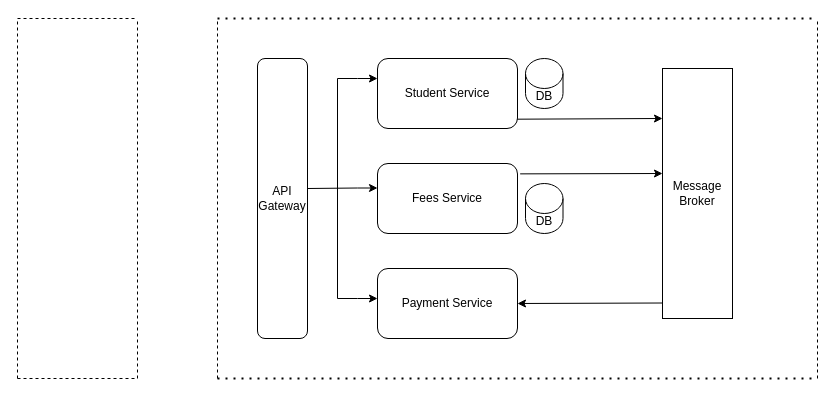
Earlier version of the draw.io diagram Assignment1.drawio (dj-lapani/student-high-level-design). Source tidied: cells renumbered, new cells numbered last; positions are measured from the earlier drawing's top-left corner, leaving out a move shared by most shapes. Both pictures are drawn from the tidied source at 100%, with x=0, y=0 at pixel (17, 18).
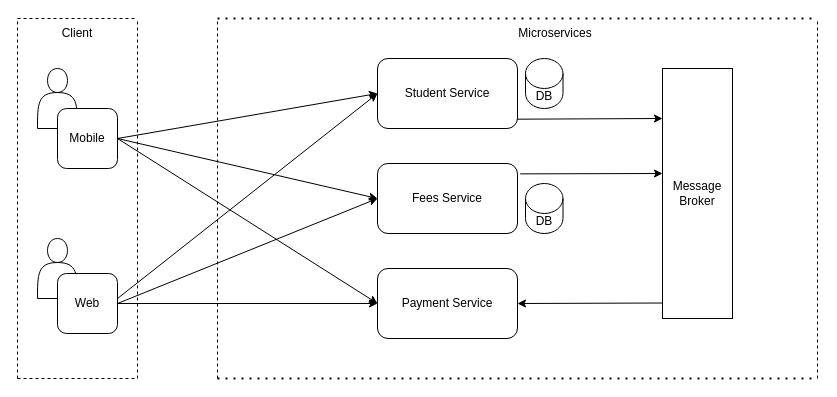
After the change.

Unchanged cells that the change refers to:
```xml
<mxCell id="11" value="Fees Service" style="rounded=1;whiteSpace=wrap;html=1;" parent="1" vertex="1">
  <mxGeometry x="360" y="145" width="140" height="70" as="geometry" />
</mxCell>
<mxCell id="12" value="Payment Service" style="rounded=1;whiteSpace=wrap;html=1;" parent="1" vertex="1">
  <mxGeometry x="360" y="250" width="140" height="70" as="geometry" />
</mxCell>
<mxCell id="18" value="Student Service" style="rounded=1;whiteSpace=wrap;html=1;" parent="1" vertex="1">
  <mxGeometry x="360" y="40" width="140" height="70" as="geometry" />
</mxCell>
```

Change to the diagram source:
```diff
@@
-    <mxCell id="10" value="API Gateway" style="rounded=1;whiteSpace=wrap;html=1;" parent="1" vertex="1">
-      <mxGeometry x="240" y="40" width="50" height="280" as="geometry" />
-    </mxCell>
@@
-    <mxCell id="20" style="endArrow=classic;html=1;rounded=0;" parent="1" edge="1">
-      <mxGeometry relative="1" as="geometry">
-        <mxPoint x="320" y="60" as="sourcePoint" />
-        <mxPoint x="360" y="60" as="targetPoint" />
-        <Array as="points">
-          <mxPoint x="340" y="60" />
-        </Array>
-      </mxGeometry>
-    </mxCell>
-    <mxCell id="21" style="endArrow=classic;html=1;rounded=0;" parent="1" edge="1">
-      <mxGeometry relative="1" as="geometry">
-        <mxPoint x="290" y="170" as="sourcePoint" />
-        <mxPoint x="360" y="169.5" as="targetPoint" />
-        <Array as="points">
-          <mxPoint x="340" y="169.5" />
-        </Array>
-      </mxGeometry>
-    </mxCell>
-    <mxCell id="22" style="endArrow=classic;html=1;rounded=0;" parent="1" edge="1">
-      <mxGeometry relative="1" as="geometry">
-        <mxPoint x="320" y="280" as="sourcePoint" />
-        <mxPoint x="360" y="280" as="targetPoint" />
-        <Array as="points">
-          <mxPoint x="340" y="280" />
-        </Array>
-      </mxGeometry>
-    </mxCell>
-    <mxCell id="23" style="endArrow=none;html=1;rounded=0;" parent="1" edge="1">
-      <mxGeometry relative="1" as="geometry">
-        <mxPoint x="320" y="280" as="sourcePoint" />
-        <mxPoint x="320" y="60" as="targetPoint" />
-      </mxGeometry>
-    </mxCell>
+    <mxCell id="24" style="shape=actor;whiteSpace=wrap;html=1;" parent="1" vertex="1">
+      <mxGeometry x="20" y="50" width="40" height="60" as="geometry" />
+    </mxCell>
+    <mxCell id="25" value="Mobile" style="rounded=1;whiteSpace=wrap;html=1;" parent="1" vertex="1">
+      <mxGeometry x="40" y="90" width="60" height="60" as="geometry" />
+    </mxCell>
+    <mxCell id="26" style="shape=actor;whiteSpace=wrap;html=1;" parent="1" vertex="1">
+      <mxGeometry x="20" y="220" width="40" height="60" as="geometry" />
+    </mxCell>
+    <mxCell id="27" value="Web" style="rounded=1;whiteSpace=wrap;html=1;" parent="1" vertex="1">
+      <mxGeometry x="40" y="255" width="60" height="60" as="geometry" />
+    </mxCell>
+    <mxCell id="28" style="endArrow=classic;html=1;rounded=0;exitX=1;exitY=0.5;exitDx=0;exitDy=0;entryX=0;entryY=0.5;entryDx=0;entryDy=0;" parent="1" edge="1" source="25" target="18">
+      <mxGeometry relative="1" as="geometry" />
+    </mxCell>
+    <mxCell id="29" style="endArrow=classic;html=1;rounded=0;entryX=0;entryY=0.5;entryDx=0;entryDy=0;" parent="1" edge="1" target="18">
+      <mxGeometry relative="1" as="geometry">
+        <mxPoint x="100" y="280" as="sourcePoint" />
+      </mxGeometry>
+    </mxCell>
+    <mxCell id="30" style="endArrow=classic;html=1;rounded=0;exitX=1;exitY=0.5;exitDx=0;exitDy=0;entryX=0;entryY=0.5;entryDx=0;entryDy=0;" parent="1" edge="1" source="25" target="12">
+      <mxGeometry relative="1" as="geometry" />
+    </mxCell>
+    <mxCell id="31" style="endArrow=classic;html=1;rounded=0;exitX=1;exitY=0.5;exitDx=0;exitDy=0;entryX=0;entryY=0.5;entryDx=0;entryDy=0;" parent="1" edge="1" source="25" target="11">
+      <mxGeometry relative="1" as="geometry" />
+    </mxCell>
+    <mxCell id="32" style="endArrow=classic;html=1;rounded=0;exitX=1;exitY=0.5;exitDx=0;exitDy=0;entryX=0;entryY=0.5;entryDx=0;entryDy=0;" parent="1" edge="1" source="27" target="11">
+      <mxGeometry relative="1" as="geometry" />
+    </mxCell>
+    <mxCell id="33" style="endArrow=classic;html=1;rounded=0;exitX=1;exitY=0.5;exitDx=0;exitDy=0;entryX=0;entryY=0.5;entryDx=0;entryDy=0;" parent="1" edge="1" source="27" target="12">
+      <mxGeometry relative="1" as="geometry" />
+    </mxCell>
+    <mxCell id="34" value="Client" style="text;html=1;strokeColor=none;fillColor=none;align=center;verticalAlign=middle;whiteSpace=wrap;rounded=0;" parent="1" vertex="1">
+      <mxGeometry x="30" width="60" height="30" as="geometry" />
+    </mxCell>
+    <mxCell id="35" value="Microservices" style="text;html=1;strokeColor=none;fillColor=none;align=center;verticalAlign=middle;whiteSpace=wrap;rounded=0;" parent="1" vertex="1">
+      <mxGeometry x="508" width="60" height="30" as="geometry" />
+    </mxCell>
```
